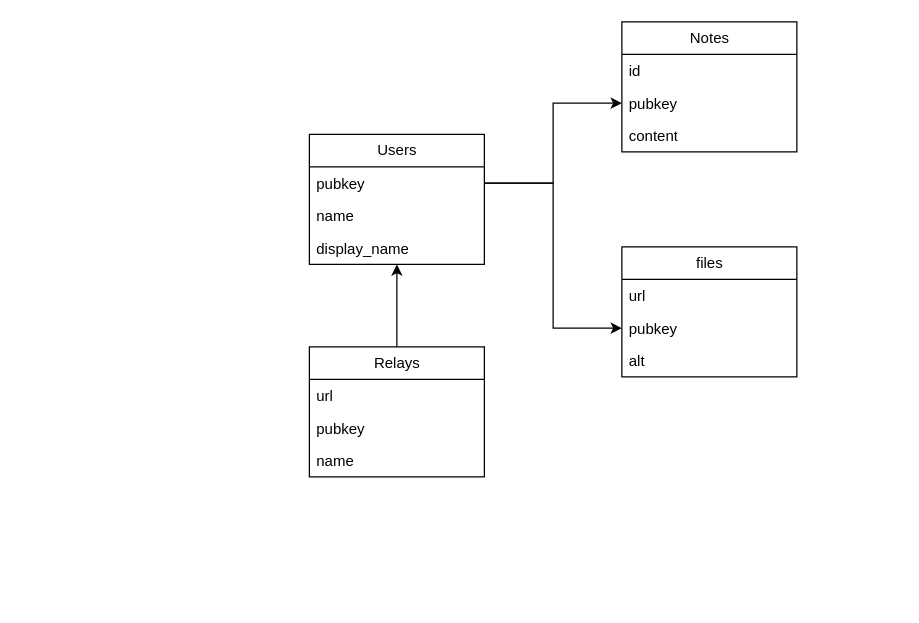
Earlier version of the draw.io diagram docs/database-diagram.drawio (misesdev/nostrwiki). Source tidied: cells renumbered, new cells numbered last; positions are measured from the earlier drawing's top-left corner, leaving out a move shared by most shapes. Both pictures are drawn from the tidied source at 125%, with x=0, y=0 at pixel (309, 21).
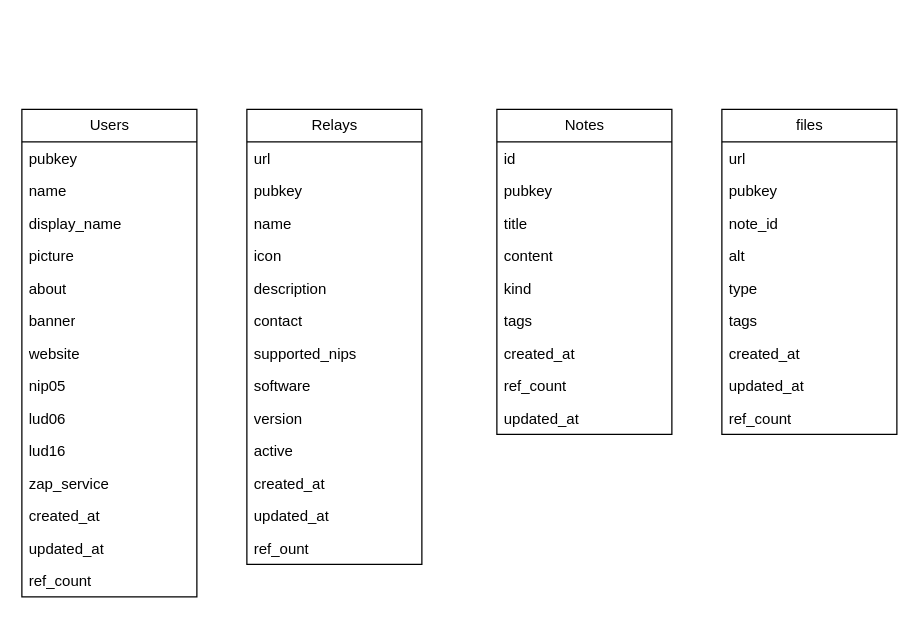
Above is the later version.

Unchanged cells that the change refers to:
```xml
<mxCell id="3" value="pubkey" style="text;strokeColor=none;fillColor=none;align=left;verticalAlign=top;spacingLeft=4;spacingRight=4;overflow=hidden;points=[[0,0.5],[1,0.5]];portConstraint=eastwest;whiteSpace=wrap;html=1;" parent="2" vertex="1">
  <mxGeometry y="26" width="140" height="26" as="geometry" />
</mxCell>
<mxCell id="8" value="pubkey" style="text;strokeColor=none;fillColor=none;align=left;verticalAlign=top;spacingLeft=4;spacingRight=4;overflow=hidden;points=[[0,0.5],[1,0.5]];portConstraint=eastwest;whiteSpace=wrap;html=1;" parent="6" vertex="1">
  <mxGeometry y="52" width="140" height="26" as="geometry" />
</mxCell>
<mxCell id="13" value="pubkey" style="text;strokeColor=none;fillColor=none;align=left;verticalAlign=top;spacingLeft=4;spacingRight=4;overflow=hidden;points=[[0,0.5],[1,0.5]];portConstraint=eastwest;whiteSpace=wrap;html=1;" parent="11" vertex="1">
  <mxGeometry y="52" width="140" height="26" as="geometry" />
</mxCell>
```

Change to the diagram source:
```diff
@@
     <mxCell id="2" value="Users" style="swimlane;fontStyle=0;horizontal=1;startSize=26;fillColor=none;html=1;" parent="1" vertex="1">
-      <mxGeometry y="90" width="140" height="104" as="geometry" />
+      <mxGeometry x="-230" y="70" width="140" height="390" as="geometry" />
     </mxCell>
@@
+    <mxCell id="21" value="picture" style="text;strokeColor=none;fillColor=none;align=left;verticalAlign=top;spacingLeft=4;spacingRight=4;overflow=hidden;whiteSpace=wrap;html=1;" parent="2" vertex="1">
+      <mxGeometry y="104" width="140" height="26" as="geometry" />
+    </mxCell>
+    <mxCell id="22" value="about" style="text;strokeColor=none;fillColor=none;align=left;verticalAlign=top;spacingLeft=4;spacingRight=4;overflow=hidden;whiteSpace=wrap;html=1;" parent="2" vertex="1">
+      <mxGeometry y="130" width="140" height="26" as="geometry" />
+    </mxCell>
+    <mxCell id="23" value="banner" style="text;strokeColor=none;fillColor=none;align=left;verticalAlign=top;spacingLeft=4;spacingRight=4;overflow=hidden;whiteSpace=wrap;html=1;" parent="2" vertex="1">
+      <mxGeometry y="156" width="140" height="26" as="geometry" />
+    </mxCell>
+    <mxCell id="24" value="website" style="text;strokeColor=none;fillColor=none;align=left;verticalAlign=top;spacingLeft=4;spacingRight=4;overflow=hidden;whiteSpace=wrap;html=1;" parent="2" vertex="1">
+      <mxGeometry y="182" width="140" height="26" as="geometry" />
+    </mxCell>
+    <mxCell id="25" value="nip05" style="text;strokeColor=none;fillColor=none;align=left;verticalAlign=top;spacingLeft=4;spacingRight=4;overflow=hidden;whiteSpace=wrap;html=1;" parent="2" vertex="1">
+      <mxGeometry y="208" width="140" height="26" as="geometry" />
+    </mxCell>
+    <mxCell id="26" value="lud06" style="text;strokeColor=none;fillColor=none;align=left;verticalAlign=top;spacingLeft=4;spacingRight=4;overflow=hidden;whiteSpace=wrap;html=1;" parent="2" vertex="1">
+      <mxGeometry y="234" width="140" height="26" as="geometry" />
+    </mxCell>
+    <mxCell id="27" value="lud16" style="text;strokeColor=none;fillColor=none;align=left;verticalAlign=top;spacingLeft=4;spacingRight=4;overflow=hidden;whiteSpace=wrap;html=1;" parent="2" vertex="1">
+      <mxGeometry y="260" width="140" height="26" as="geometry" />
+    </mxCell>
+    <mxCell id="28" value="zap_service" style="text;strokeColor=none;fillColor=none;align=left;verticalAlign=top;spacingLeft=4;spacingRight=4;overflow=hidden;whiteSpace=wrap;html=1;" parent="2" vertex="1">
+      <mxGeometry y="286" width="140" height="26" as="geometry" />
+    </mxCell>
+    <mxCell id="29" value="created_at" style="text;strokeColor=none;fillColor=none;align=left;verticalAlign=top;spacingLeft=4;spacingRight=4;overflow=hidden;whiteSpace=wrap;html=1;" parent="2" vertex="1">
+      <mxGeometry y="312" width="140" height="26" as="geometry" />
+    </mxCell>
+    <mxCell id="30" value="updated_at" style="text;strokeColor=none;fillColor=none;align=left;verticalAlign=top;spacingLeft=4;spacingRight=4;overflow=hidden;whiteSpace=wrap;html=1;" parent="2" vertex="1">
+      <mxGeometry y="338" width="140" height="26" as="geometry" />
+    </mxCell>
+    <mxCell id="31" value="ref_count" style="text;strokeColor=none;fillColor=none;align=left;verticalAlign=top;spacingLeft=4;spacingRight=4;overflow=hidden;whiteSpace=wrap;html=1;" parent="2" vertex="1">
+      <mxGeometry y="364" width="140" height="26" as="geometry" />
+    </mxCell>
     <mxCell id="6" value="Notes" style="swimlane;fontStyle=0;horizontal=1;startSize=26;fillColor=none;html=1;" parent="1" vertex="1">
-      <mxGeometry x="250" width="140" height="104" as="geometry" />
+      <mxGeometry x="150" y="70" width="140" height="260" as="geometry" />
     </mxCell>
@@
-    <mxCell id="9" value="content" style="text;strokeColor=none;fillColor=none;align=left;verticalAlign=top;spacingLeft=4;spacingRight=4;overflow=hidden;whiteSpace=wrap;html=1;" parent="6" vertex="1">
+    <mxCell id="9" value="title" style="text;strokeColor=none;fillColor=none;align=left;verticalAlign=top;spacingLeft=4;spacingRight=4;overflow=hidden;whiteSpace=wrap;html=1;" parent="6" vertex="1">
       <mxGeometry y="78" width="140" height="26" as="geometry" />
     </mxCell>
-    <mxCell id="10" style="edgeStyle=orthogonalEdgeStyle;rounded=0;jettySize=auto;html=1;entryX=0;entryY=0.5;entryDx=0;entryDy=0;" parent="1" edge="1" source="3" target="8">
-      <mxGeometry relative="1" as="geometry" />
-    </mxCell>
+    <mxCell id="32" value="content" style="text;strokeColor=none;fillColor=none;align=left;verticalAlign=top;spacingLeft=4;spacingRight=4;overflow=hidden;whiteSpace=wrap;html=1;" parent="6" vertex="1">
+      <mxGeometry y="104" width="140" height="26" as="geometry" />
+    </mxCell>
+    <mxCell id="33" value="kind" style="text;strokeColor=none;fillColor=none;align=left;verticalAlign=top;spacingLeft=4;spacingRight=4;overflow=hidden;whiteSpace=wrap;html=1;" parent="6" vertex="1">
+      <mxGeometry y="130" width="140" height="26" as="geometry" />
+    </mxCell>
+    <mxCell id="34" value="tags" style="text;strokeColor=none;fillColor=none;align=left;verticalAlign=top;spacingLeft=4;spacingRight=4;overflow=hidden;whiteSpace=wrap;html=1;" parent="6" vertex="1">
+      <mxGeometry y="156" width="140" height="26" as="geometry" />
+    </mxCell>
+    <mxCell id="35" value="created_at" style="text;strokeColor=none;fillColor=none;align=left;verticalAlign=top;spacingLeft=4;spacingRight=4;overflow=hidden;whiteSpace=wrap;html=1;" parent="6" vertex="1">
+      <mxGeometry y="182" width="140" height="26" as="geometry" />
+    </mxCell>
+    <mxCell id="36" value="ref_count" style="text;strokeColor=none;fillColor=none;align=left;verticalAlign=top;spacingLeft=4;spacingRight=4;overflow=hidden;whiteSpace=wrap;html=1;" parent="6" vertex="1">
+      <mxGeometry y="208" width="140" height="26" as="geometry" />
+    </mxCell>
+    <mxCell id="37" value="updated_at" style="text;strokeColor=none;fillColor=none;align=left;verticalAlign=top;spacingLeft=4;spacingRight=4;overflow=hidden;whiteSpace=wrap;html=1;" parent="6" vertex="1">
+      <mxGeometry y="234" width="140" height="26" as="geometry" />
+    </mxCell>
     <mxCell id="11" value="files" style="swimlane;fontStyle=0;horizontal=1;startSize=26;fillColor=none;html=1;" parent="1" vertex="1">
-      <mxGeometry x="250" y="180" width="140" height="104" as="geometry" />
+      <mxGeometry x="330" y="70" width="140" height="260" as="geometry" />
     </mxCell>
@@
+    <mxCell id="38" value="note_id" style="text;strokeColor=none;fillColor=none;align=left;verticalAlign=top;spacingLeft=4;spacingRight=4;overflow=hidden;whiteSpace=wrap;html=1;" parent="11" vertex="1">
+      <mxGeometry y="78" width="140" height="26" as="geometry" />
+    </mxCell>
     <mxCell id="14" value="alt" style="text;strokeColor=none;fillColor=none;align=left;verticalAlign=top;spacingLeft=4;spacingRight=4;overflow=hidden;whiteSpace=wrap;html=1;" parent="11" vertex="1">
-      <mxGeometry y="78" width="140" height="26" as="geometry" />
+      <mxGeometry y="104" width="140" height="26" as="geometry" />
     </mxCell>
-    <mxCell id="15" style="edgeStyle=orthogonalEdgeStyle;rounded=0;jettySize=auto;html=1;entryX=0;entryY=0.5;entryDx=0;entryDy=0;" parent="1" edge="1" source="3" target="13">
-      <mxGeometry relative="1" as="geometry" />
-    </mxCell>
-    <mxCell id="16" style="edgeStyle=orthogonalEdgeStyle;rounded=0;jettySize=auto;html=1;entryX=0.5;entryY=1;entryDx=0;entryDy=0;" parent="1" edge="1" source="17" target="2">
-      <mxGeometry relative="1" as="geometry" />
-    </mxCell>
+    <mxCell id="39" value="type" style="text;strokeColor=none;fillColor=none;align=left;verticalAlign=top;spacingLeft=4;spacingRight=4;overflow=hidden;whiteSpace=wrap;html=1;" parent="11" vertex="1">
+      <mxGeometry y="130" width="140" height="26" as="geometry" />
+    </mxCell>
+    <mxCell id="40" value="tags" style="text;strokeColor=none;fillColor=none;align=left;verticalAlign=top;spacingLeft=4;spacingRight=4;overflow=hidden;whiteSpace=wrap;html=1;" parent="11" vertex="1">
+      <mxGeometry y="156" width="140" height="26" as="geometry" />
+    </mxCell>
+    <mxCell id="41" value="created_at" style="text;strokeColor=none;fillColor=none;align=left;verticalAlign=top;spacingLeft=4;spacingRight=4;overflow=hidden;whiteSpace=wrap;html=1;" parent="11" vertex="1">
+      <mxGeometry y="182" width="140" height="26" as="geometry" />
+    </mxCell>
+    <mxCell id="42" value="updated_at" style="text;strokeColor=none;fillColor=none;align=left;verticalAlign=top;spacingLeft=4;spacingRight=4;overflow=hidden;whiteSpace=wrap;html=1;" parent="11" vertex="1">
+      <mxGeometry y="208" width="140" height="26" as="geometry" />
+    </mxCell>
+    <mxCell id="43" value="ref_count" style="text;strokeColor=none;fillColor=none;align=left;verticalAlign=top;spacingLeft=4;spacingRight=4;overflow=hidden;whiteSpace=wrap;html=1;" parent="11" vertex="1">
+      <mxGeometry y="234" width="140" height="26" as="geometry" />
+    </mxCell>
     <mxCell id="17" value="Relays" style="swimlane;fontStyle=0;horizontal=1;startSize=26;fillColor=none;html=1;" parent="1" vertex="1">
-      <mxGeometry y="260" width="140" height="104" as="geometry" />
+      <mxGeometry x="-50" y="70" width="140" height="364" as="geometry" />
     </mxCell>
@@
+    <mxCell id="44" value="icon" style="text;strokeColor=none;fillColor=none;align=left;verticalAlign=top;spacingLeft=4;spacingRight=4;overflow=hidden;whiteSpace=wrap;html=1;" parent="17" vertex="1">
+      <mxGeometry y="104" width="140" height="26" as="geometry" />
+    </mxCell>
+    <mxCell id="45" value="description" style="text;strokeColor=none;fillColor=none;align=left;verticalAlign=top;spacingLeft=4;spacingRight=4;overflow=hidden;whiteSpace=wrap;html=1;" parent="17" vertex="1">
+      <mxGeometry y="130" width="140" height="26" as="geometry" />
+    </mxCell>
+    <mxCell id="46" value="contact" style="text;strokeColor=none;fillColor=none;align=left;verticalAlign=top;spacingLeft=4;spacingRight=4;overflow=hidden;whiteSpace=wrap;html=1;" parent="17" vertex="1">
+      <mxGeometry y="156" width="140" height="26" as="geometry" />
+    </mxCell>
+    <mxCell id="47" value="supported_nips" style="text;strokeColor=none;fillColor=none;align=left;verticalAlign=top;spacingLeft=4;spacingRight=4;overflow=hidden;whiteSpace=wrap;html=1;" parent="17" vertex="1">
+      <mxGeometry y="182" width="140" height="26" as="geometry" />
+    </mxCell>
+    <mxCell id="48" value="software" style="text;strokeColor=none;fillColor=none;align=left;verticalAlign=top;spacingLeft=4;spacingRight=4;overflow=hidden;whiteSpace=wrap;html=1;" parent="17" vertex="1">
+      <mxGeometry y="208" width="140" height="26" as="geometry" />
+    </mxCell>
+    <mxCell id="49" value="version" style="text;strokeColor=none;fillColor=none;align=left;verticalAlign=top;spacingLeft=4;spacingRight=4;overflow=hidden;whiteSpace=wrap;html=1;" parent="17" vertex="1">
+      <mxGeometry y="234" width="140" height="26" as="geometry" />
+    </mxCell>
+    <mxCell id="50" value="active" style="text;strokeColor=none;fillColor=none;align=left;verticalAlign=top;spacingLeft=4;spacingRight=4;overflow=hidden;whiteSpace=wrap;html=1;" parent="17" vertex="1">
+      <mxGeometry y="260" width="140" height="26" as="geometry" />
+    </mxCell>
+    <mxCell id="51" value="created_at" style="text;strokeColor=none;fillColor=none;align=left;verticalAlign=top;spacingLeft=4;spacingRight=4;overflow=hidden;whiteSpace=wrap;html=1;" parent="17" vertex="1">
+      <mxGeometry y="286" width="140" height="26" as="geometry" />
+    </mxCell>
+    <mxCell id="52" value="updated_at" style="text;strokeColor=none;fillColor=none;align=left;verticalAlign=top;spacingLeft=4;spacingRight=4;overflow=hidden;whiteSpace=wrap;html=1;" parent="17" vertex="1">
+      <mxGeometry y="312" width="140" height="26" as="geometry" />
+    </mxCell>
+    <mxCell id="53" value="ref_ount" style="text;strokeColor=none;fillColor=none;align=left;verticalAlign=top;spacingLeft=4;spacingRight=4;overflow=hidden;whiteSpace=wrap;html=1;" parent="17" vertex="1">
+      <mxGeometry y="338" width="140" height="26" as="geometry" />
+    </mxCell>
```
